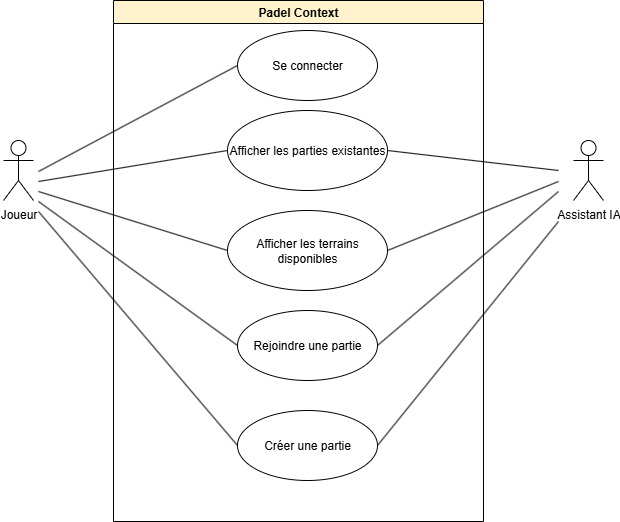
The draw.io diagram documentation-latex/img/use_case_diagram.drawio.png in jonathanboreljaquet/bj-travail-bachelor-2026, before a commit. Source tidied: cells renumbered, new cells last; positions are measured from the earlier drawing's top-left corner, leaving out a move shared by most shapes.
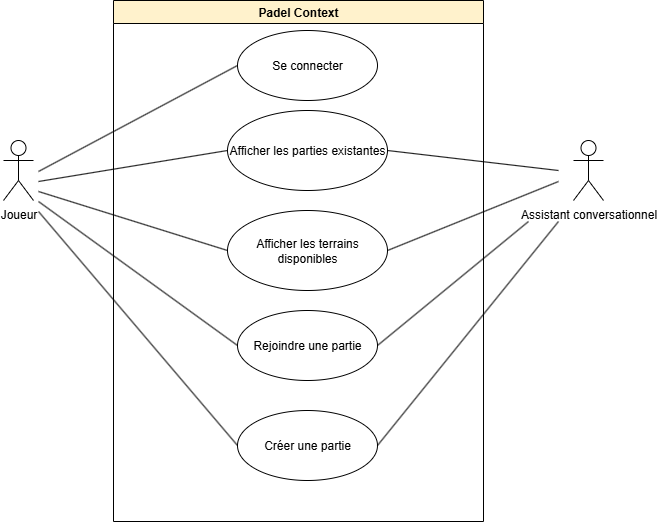
After the commit.

What changed in the source:
```diff
@@ -59,12 +59,12 @@
         <mxPoint x="384" y="250" as="targetPoint" />
       </mxGeometry>
     </mxCell>
-    <mxCell id="16" value="Assistant IA" style="shape=umlActor;verticalLabelPosition=bottom;verticalAlign=top;html=1;" parent="1" vertex="1">
+    <mxCell id="16" value="Assistant conversationnel" style="shape=umlActor;verticalLabelPosition=bottom;verticalAlign=top;html=1;" parent="1" vertex="1">
       <mxGeometry x="570" y="140" width="30" height="60" as="geometry" />
     </mxCell>
     <mxCell id="17" style="rounded=0;jettySize=auto;html=1;entryX=1;entryY=0.5;entryDx=0;entryDy=0;endArrow=none;endFill=0;" parent="1" edge="1" target="11">
       <mxGeometry relative="1" as="geometry">
-        <mxPoint x="555" y="191" as="sourcePoint" />
+        <mxPoint x="525" y="221" as="sourcePoint" />
       </mxGeometry>
     </mxCell>
     <mxCell id="18" style="rounded=0;jettySize=auto;html=1;entryX=1;entryY=0.5;entryDx=0;entryDy=0;endArrow=none;endFill=0;" parent="1" edge="1" target="13">
```
